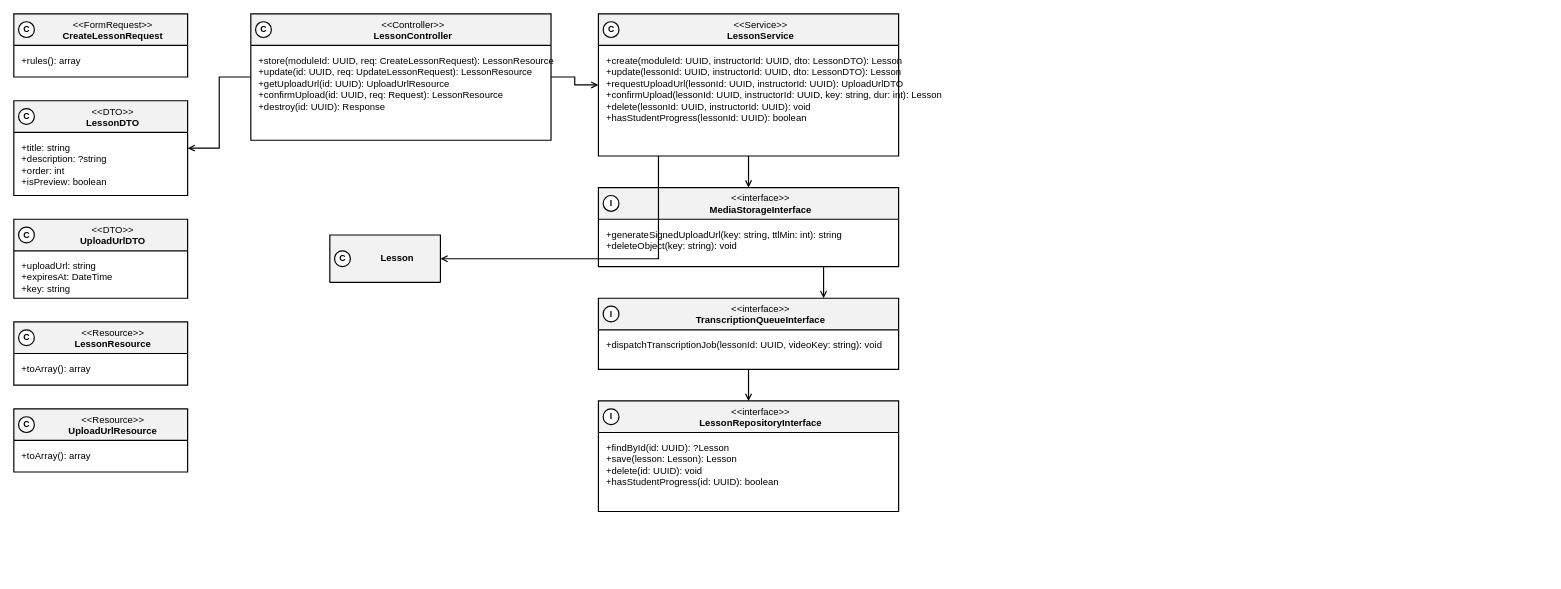
Plataforma-de-Cursos-TCC/plataforma-cursos-docs keeps this draw.io diagram as especificacao/diagramas/13-classes-area-b-implementacao-aulas.drawio. Above is the earlier version. Source tidied: cells renumbered, new cells numbered last; positions are measured from the earlier drawing's top-left corner, leaving out a move shared by most shapes. Both pictures are drawn from the tidied source at 79%, with x=0, y=0 at pixel (13, 13).
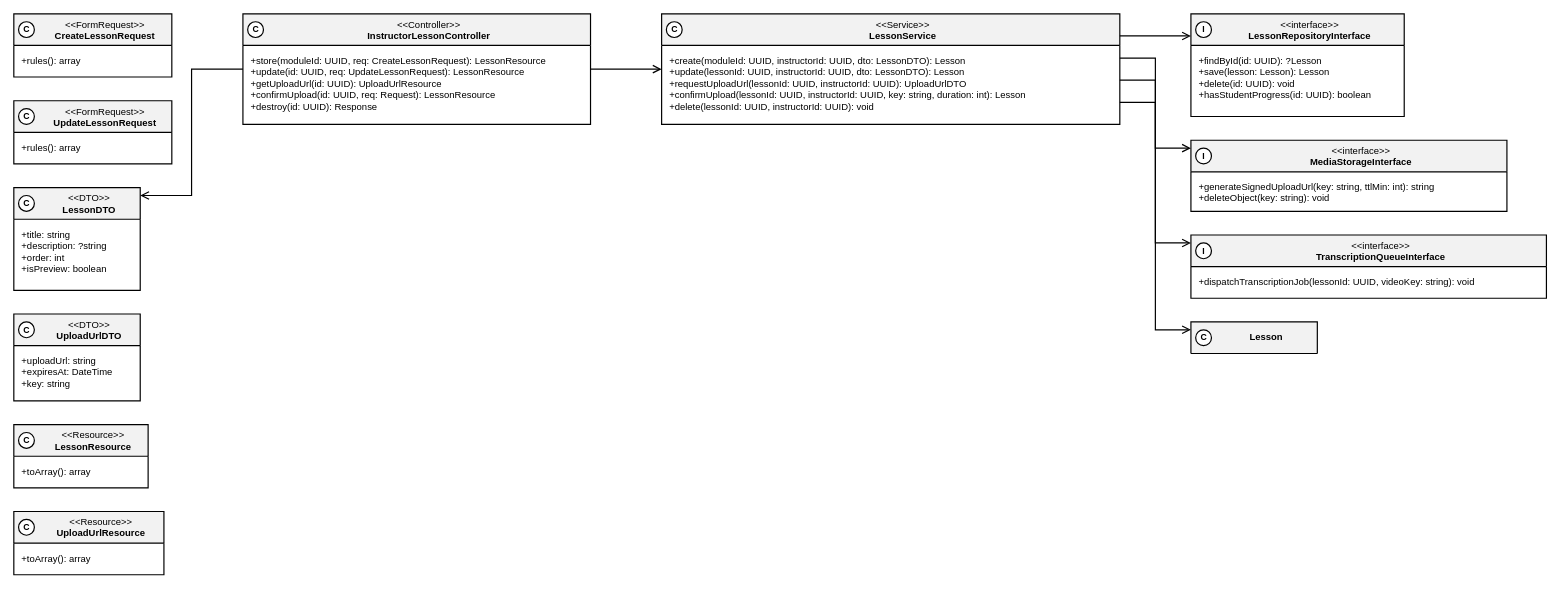
The same diagram, later.

Commit message (it also covers changes not shown here):
fix(diagrama-de-classes): align area B class diagrams with item 10 services

What changed in the source:
```diff
@@
     <mxCell id="2" value="&amp;lt;&amp;lt;FormRequest&amp;gt;&amp;gt;&lt;br&gt;&lt;b&gt;CreateLessonRequest&lt;/b&gt;" style="swimlane;html=1;fontStyle=0;align=center;verticalAlign=top;startSize=40;fillColor=#F2F2F2;swimlaneFillColor=#FFFFFF;strokeColor=#000000;strokeWidth=1.5;fontFamily=Helvetica;fontSize=12;fontColor=#000000;rounded=0;spacingLeft=30;" parent="1" vertex="1">
-      <mxGeometry width="220" height="80" as="geometry" />
+      <mxGeometry width="200" height="80" as="geometry" />
     </mxCell>
-    <mxCell id="3" value="+rules(): array" style="text;html=1;align=left;verticalAlign=top;spacingLeft=8;spacingRight=8;spacingTop=6;fontSize=12;fontFamily=Helvetica;fontColor=#000000;strokeColor=none;fillColor=none;" parent="2" vertex="1">
-      <mxGeometry y="40" width="220" height="40" as="geometry" />
-    </mxCell>
+    <mxCell id="40" value="+rules(): array" style="text;html=1;align=left;verticalAlign=top;spacingLeft=8;spacingRight=8;spacingTop=6;fontSize=12;fontFamily=Helvetica;fontColor=#000000;strokeColor=none;fillColor=none;" parent="2" vertex="1">
+      <mxGeometry y="40" width="200" height="40" as="geometry" />
+    </mxCell>
+    <mxCell id="41" value="&amp;lt;&amp;lt;FormRequest&amp;gt;&amp;gt;&lt;br&gt;&lt;b&gt;UpdateLessonRequest&lt;/b&gt;" style="swimlane;html=1;fontStyle=0;align=center;verticalAlign=top;startSize=40;fillColor=#F2F2F2;swimlaneFillColor=#FFFFFF;strokeColor=#000000;strokeWidth=1.5;fontFamily=Helvetica;fontSize=12;fontColor=#000000;rounded=0;spacingLeft=30;" parent="1" vertex="1">
+      <mxGeometry y="110" width="200" height="80" as="geometry" />
+    </mxCell>
+    <mxCell id="42" value="+rules(): array" style="text;html=1;align=left;verticalAlign=top;spacingLeft=8;spacingRight=8;spacingTop=6;fontSize=12;fontFamily=Helvetica;fontColor=#000000;strokeColor=none;fillColor=none;" parent="41" vertex="1">
+      <mxGeometry y="40" width="200" height="40" as="geometry" />
+    </mxCell>
     <mxCell id="4" value="&amp;lt;&amp;lt;DTO&amp;gt;&amp;gt;&lt;br&gt;&lt;b&gt;LessonDTO&lt;/b&gt;" style="swimlane;html=1;fontStyle=0;align=center;verticalAlign=top;startSize=40;fillColor=#F2F2F2;swimlaneFillColor=#FFFFFF;strokeColor=#000000;strokeWidth=1.5;fontFamily=Helvetica;fontSize=12;fontColor=#000000;rounded=0;spacingLeft=30;" parent="1" vertex="1">
-      <mxGeometry y="110" width="220" height="120" as="geometry" />
+      <mxGeometry y="220" width="160" height="130" as="geometry" />
     </mxCell>
     <mxCell id="5" value="+title: string&lt;br&gt;+description: ?string&lt;br&gt;+order: int&lt;br&gt;+isPreview: boolean" style="text;html=1;align=left;verticalAlign=top;spacingLeft=8;spacingRight=8;spacingTop=6;fontSize=12;fontFamily=Helvetica;fontColor=#000000;strokeColor=none;fillColor=none;" parent="4" vertex="1">
-      <mxGeometry y="40" width="220" height="80" as="geometry" />
+      <mxGeometry y="40" width="160" height="90" as="geometry" />
     </mxCell>
     <mxCell id="6" value="&amp;lt;&amp;lt;DTO&amp;gt;&amp;gt;&lt;br&gt;&lt;b&gt;UploadUrlDTO&lt;/b&gt;" style="swimlane;html=1;fontStyle=0;align=center;verticalAlign=top;startSize=40;fillColor=#F2F2F2;swimlaneFillColor=#FFFFFF;strokeColor=#000000;strokeWidth=1.5;fontFamily=Helvetica;fontSize=12;fontColor=#000000;rounded=0;spacingLeft=30;" parent="1" vertex="1">
-      <mxGeometry y="260" width="220" height="100" as="geometry" />
+      <mxGeometry y="380" width="160" height="110" as="geometry" />
     </mxCell>
     <mxCell id="7" value="+uploadUrl: string&lt;br&gt;+expiresAt: DateTime&lt;br&gt;+key: string" style="text;html=1;align=left;verticalAlign=top;spacingLeft=8;spacingRight=8;spacingTop=6;fontSize=12;fontFamily=Helvetica;fontColor=#000000;strokeColor=none;fillColor=none;" parent="6" vertex="1">
-      <mxGeometry y="40" width="220" height="60" as="geometry" />
+      <mxGeometry y="40" width="160" height="70" as="geometry" />
     </mxCell>
     <mxCell id="8" value="&amp;lt;&amp;lt;Resource&amp;gt;&amp;gt;&lt;br&gt;&lt;b&gt;LessonResource&lt;/b&gt;" style="swimlane;html=1;fontStyle=0;align=center;verticalAlign=top;startSize=40;fillColor=#F2F2F2;swimlaneFillColor=#FFFFFF;strokeColor=#000000;strokeWidth=1.5;fontFamily=Helvetica;fontSize=12;fontColor=#000000;rounded=0;spacingLeft=30;" parent="1" vertex="1">
-      <mxGeometry y="390" width="220" height="80" as="geometry" />
+      <mxGeometry y="520" width="170" height="80" as="geometry" />
     </mxCell>
-    <mxCell id="9" value="+toArray(): array" style="text;html=1;align=left;verticalAlign=top;spacingLeft=8;spacingRight=8;spacingTop=6;fontSize=12;fontFamily=Helvetica;fontColor=#000000;strokeColor=none;fillColor=none;" parent="8" vertex="1">
-      <mxGeometry y="40" width="220" height="40" as="geometry" />
-    </mxCell>
+    <mxCell id="43" value="+toArray(): array" style="text;html=1;align=left;verticalAlign=top;spacingLeft=8;spacingRight=8;spacingTop=6;fontSize=12;fontFamily=Helvetica;fontColor=#000000;strokeColor=none;fillColor=none;" parent="8" vertex="1">
+      <mxGeometry y="40" width="170" height="40" as="geometry" />
+    </mxCell>
     <mxCell id="10" value="&amp;lt;&amp;lt;Resource&amp;gt;&amp;gt;&lt;br&gt;&lt;b&gt;UploadUrlResource&lt;/b&gt;" style="swimlane;html=1;fontStyle=0;align=center;verticalAlign=top;startSize=40;fillColor=#F2F2F2;swimlaneFillColor=#FFFFFF;strokeColor=#000000;strokeWidth=1.5;fontFamily=Helvetica;fontSize=12;fontColor=#000000;rounded=0;spacingLeft=30;" parent="1" vertex="1">
-      <mxGeometry y="500" width="220" height="80" as="geometry" />
+      <mxGeometry y="630" width="190" height="80" as="geometry" />
     </mxCell>
-    <mxCell id="11" value="+toArray(): array" style="text;html=1;align=left;verticalAlign=top;spacingLeft=8;spacingRight=8;spacingTop=6;fontSize=12;fontFamily=Helvetica;fontColor=#000000;strokeColor=none;fillColor=none;" parent="10" vertex="1">
-      <mxGeometry y="40" width="220" height="40" as="geometry" />
-    </mxCell>
-    <mxCell id="12" value="&amp;lt;&amp;lt;Controller&amp;gt;&amp;gt;&lt;br&gt;&lt;b&gt;LessonController&lt;/b&gt;" style="swimlane;html=1;fontStyle=0;align=center;verticalAlign=top;startSize=40;fillColor=#F2F2F2;swimlaneFillColor=#FFFFFF;strokeColor=#000000;strokeWidth=1.5;fontFamily=Helvetica;fontSize=12;fontColor=#000000;rounded=0;spacingLeft=30;" parent="1" vertex="1">
-      <mxGeometry x="300" width="380" height="160" as="geometry" />
-    </mxCell>
+    <mxCell id="44" value="+toArray(): array" style="text;html=1;align=left;verticalAlign=top;spacingLeft=8;spacingRight=8;spacingTop=6;fontSize=12;fontFamily=Helvetica;fontColor=#000000;strokeColor=none;fillColor=none;" parent="10" vertex="1">
+      <mxGeometry y="40" width="190" height="40" as="geometry" />
+    </mxCell>
+    <mxCell id="45" value="&amp;lt;&amp;lt;Controller&amp;gt;&amp;gt;&lt;br&gt;&lt;b&gt;InstructorLessonController&lt;/b&gt;" style="swimlane;html=1;fontStyle=0;align=center;verticalAlign=top;startSize=40;fillColor=#F2F2F2;swimlaneFillColor=#FFFFFF;strokeColor=#000000;strokeWidth=1.5;fontFamily=Helvetica;fontSize=12;fontColor=#000000;rounded=0;spacingLeft=30;" parent="1" vertex="1">
+      <mxGeometry x="290" width="440" height="140" as="geometry" />
+    </mxCell>
-    <mxCell id="13" value="+store(moduleId: UUID, req: CreateLessonRequest): LessonResource&lt;br&gt;+update(id: UUID, req: UpdateLessonRequest): LessonResource&lt;br&gt;+getUploadUrl(id: UUID): UploadUrlResource&lt;br&gt;+confirmUpload(id: UUID, req: Request): LessonResource&lt;br&gt;+destroy(id: UUID): Response" style="text;html=1;align=left;verticalAlign=top;spacingLeft=8;spacingRight=8;spacingTop=6;fontSize=12;fontFamily=Helvetica;fontColor=#000000;strokeColor=none;fillColor=none;" parent="12" vertex="1">
-      <mxGeometry y="40" width="380" height="120" as="geometry" />
+    <mxCell id="13" value="+store(moduleId: UUID, req: CreateLessonRequest): LessonResource&lt;br&gt;+update(id: UUID, req: UpdateLessonRequest): LessonResource&lt;br&gt;+getUploadUrl(id: UUID): UploadUrlResource&lt;br&gt;+confirmUpload(id: UUID, req: Request): LessonResource&lt;br&gt;+destroy(id: UUID): Response" style="text;html=1;align=left;verticalAlign=top;spacingLeft=8;spacingRight=8;spacingTop=6;fontSize=12;fontFamily=Helvetica;fontColor=#000000;strokeColor=none;fillColor=none;" parent="45" vertex="1">
+      <mxGeometry y="40" width="440" height="100" as="geometry" />
     </mxCell>
     <mxCell id="14" value="&amp;lt;&amp;lt;Service&amp;gt;&amp;gt;&lt;br&gt;&lt;b&gt;LessonService&lt;/b&gt;" style="swimlane;html=1;fontStyle=0;align=center;verticalAlign=top;startSize=40;fillColor=#F2F2F2;swimlaneFillColor=#FFFFFF;strokeColor=#000000;strokeWidth=1.5;fontFamily=Helvetica;fontSize=12;fontColor=#000000;rounded=0;spacingLeft=30;" parent="1" vertex="1">
-      <mxGeometry x="740" width="380" height="180" as="geometry" />
+      <mxGeometry x="820" width="580" height="140" as="geometry" />
     </mxCell>
-    <mxCell id="15" value="+create(moduleId: UUID, instructorId: UUID, dto: LessonDTO): Lesson&lt;br&gt;+update(lessonId: UUID, instructorId: UUID, dto: LessonDTO): Lesson&lt;br&gt;+requestUploadUrl(lessonId: UUID, instructorId: UUID): UploadUrlDTO&lt;br&gt;+confirmUpload(lessonId: UUID, instructorId: UUID, key: string, dur: int): Lesson&lt;br&gt;+delete(lessonId: UUID, instructorId: UUID): void&lt;br&gt;+hasStudentProgress(lessonId: UUID): boolean" style="text;html=1;align=left;verticalAlign=top;spacingLeft=8;spacingRight=8;spacingTop=6;fontSize=12;fontFamily=Helvetica;fontColor=#000000;strokeColor=none;fillColor=none;" parent="14" vertex="1">
-      <mxGeometry y="40" width="380" height="140" as="geometry" />
-    </mxCell>
+    <mxCell id="46" value="+create(moduleId: UUID, instructorId: UUID, dto: LessonDTO): Lesson&lt;br&gt;+update(lessonId: UUID, instructorId: UUID, dto: LessonDTO): Lesson&lt;br&gt;+requestUploadUrl(lessonId: UUID, instructorId: UUID): UploadUrlDTO&lt;br&gt;+confirmUpload(lessonId: UUID, instructorId: UUID, key: string, duration: int): Lesson&lt;br&gt;+delete(lessonId: UUID, instructorId: UUID): void" style="text;html=1;align=left;verticalAlign=top;spacingLeft=8;spacingRight=8;spacingTop=6;fontSize=12;fontFamily=Helvetica;fontColor=#000000;strokeColor=none;fillColor=none;" parent="14" vertex="1">
+      <mxGeometry y="40" width="580" height="100" as="geometry" />
+    </mxCell>
+    <mxCell id="20" value="&amp;lt;&amp;lt;interface&amp;gt;&amp;gt;&lt;br&gt;&lt;b&gt;LessonRepositoryInterface&lt;/b&gt;" style="swimlane;html=1;fontStyle=0;align=center;verticalAlign=top;startSize=40;fillColor=#F2F2F2;swimlaneFillColor=#FFFFFF;strokeColor=#000000;strokeWidth=1.5;fontFamily=Helvetica;fontSize=12;fontColor=#000000;rounded=0;spacingLeft=30;" parent="1" vertex="1">
+      <mxGeometry x="1490" width="270" height="130" as="geometry" />
+    </mxCell>
+    <mxCell id="21" value="+findById(id: UUID): ?Lesson&lt;br&gt;+save(lesson: Lesson): Lesson&lt;br&gt;+delete(id: UUID): void&lt;br&gt;+hasStudentProgress(id: UUID): boolean" style="text;html=1;align=left;verticalAlign=top;spacingLeft=8;spacingRight=8;spacingTop=6;fontSize=12;fontFamily=Helvetica;fontColor=#000000;strokeColor=none;fillColor=none;" parent="20" vertex="1">
+      <mxGeometry y="40" width="270" height="90" as="geometry" />
+    </mxCell>
     <mxCell id="16" value="&amp;lt;&amp;lt;interface&amp;gt;&amp;gt;&lt;br&gt;&lt;b&gt;MediaStorageInterface&lt;/b&gt;" style="swimlane;html=1;fontStyle=0;align=center;verticalAlign=top;startSize=40;fillColor=#F2F2F2;swimlaneFillColor=#FFFFFF;strokeColor=#000000;strokeWidth=1.5;fontFamily=Helvetica;fontSize=12;fontColor=#000000;rounded=0;spacingLeft=30;" parent="1" vertex="1">
-      <mxGeometry x="740" y="220" width="380" height="100" as="geometry" />
+      <mxGeometry x="1490" y="160" width="400" height="90" as="geometry" />
     </mxCell>
     <mxCell id="17" value="+generateSignedUploadUrl(key: string, ttlMin: int): string&lt;br&gt;+deleteObject(key: string): void" style="text;html=1;align=left;verticalAlign=top;spacingLeft=8;spacingRight=8;spacingTop=6;fontSize=12;fontFamily=Helvetica;fontColor=#000000;strokeColor=none;fillColor=none;" parent="16" vertex="1">
-      <mxGeometry y="40" width="380" height="60" as="geometry" />
+      <mxGeometry y="40" width="400" height="50" as="geometry" />
     </mxCell>
     <mxCell id="18" value="&amp;lt;&amp;lt;interface&amp;gt;&amp;gt;&lt;br&gt;&lt;b&gt;TranscriptionQueueInterface&lt;/b&gt;" style="swimlane;html=1;fontStyle=0;align=center;verticalAlign=top;startSize=40;fillColor=#F2F2F2;swimlaneFillColor=#FFFFFF;strokeColor=#000000;strokeWidth=1.5;fontFamily=Helvetica;fontSize=12;fontColor=#000000;rounded=0;spacingLeft=30;" parent="1" vertex="1">
-      <mxGeometry x="740" y="360" width="380" height="90" as="geometry" />
+      <mxGeometry x="1490" y="280" width="450" height="80" as="geometry" />
     </mxCell>
     <mxCell id="19" value="+dispatchTranscriptionJob(lessonId: UUID, videoKey: string): void" style="text;html=1;align=left;verticalAlign=top;spacingLeft=8;spacingRight=8;spacingTop=6;fontSize=12;fontFamily=Helvetica;fontColor=#000000;strokeColor=none;fillColor=none;" parent="18" vertex="1">
-      <mxGeometry y="40" width="380" height="50" as="geometry" />
+      <mxGeometry y="40" width="450" height="40" as="geometry" />
     </mxCell>
-    <mxCell id="20" value="&amp;lt;&amp;lt;interface&amp;gt;&amp;gt;&lt;br&gt;&lt;b&gt;LessonRepositoryInterface&lt;/b&gt;" style="swimlane;html=1;fontStyle=0;align=center;verticalAlign=top;startSize=40;fillColor=#F2F2F2;swimlaneFillColor=#FFFFFF;strokeColor=#000000;strokeWidth=1.5;fontFamily=Helvetica;fontSize=12;fontColor=#000000;rounded=0;spacingLeft=30;" parent="1" vertex="1">
-      <mxGeometry x="740" y="490" width="380" height="140" as="geometry" />
-    </mxCell>
-    <mxCell id="21" value="+findById(id: UUID): ?Lesson&lt;br&gt;+save(lesson: Lesson): Lesson&lt;br&gt;+delete(id: UUID): void&lt;br&gt;+hasStudentProgress(id: UUID): boolean" style="text;html=1;align=left;verticalAlign=top;spacingLeft=8;spacingRight=8;spacingTop=6;fontSize=12;fontFamily=Helvetica;fontColor=#000000;strokeColor=none;fillColor=none;" parent="20" vertex="1">
-      <mxGeometry y="40" width="380" height="100" as="geometry" />
-    </mxCell>
-    <mxCell id="22" value="&lt;b&gt;Lesson&lt;/b&gt;" style="swimlane;html=1;fontStyle=0;align=center;verticalAlign=middle;startSize=60;fillColor=#F2F2F2;swimlaneFillColor=#FFFFFF;strokeColor=#000000;strokeWidth=1.5;fontFamily=Helvetica;fontSize=12;fontColor=#000000;rounded=0;spacingLeft=30;" parent="1" vertex="1">
-      <mxGeometry x="400" y="280" width="140" height="60" as="geometry" />
+    <mxCell id="22" value="&lt;b&gt;Lesson&lt;/b&gt;" style="swimlane;html=1;fontStyle=0;align=center;verticalAlign=middle;startSize=40;fillColor=#F2F2F2;swimlaneFillColor=#FFFFFF;strokeColor=#000000;strokeWidth=1.5;fontFamily=Helvetica;fontSize=12;fontColor=#000000;rounded=0;spacingLeft=30;" parent="1" vertex="1">
+      <mxGeometry x="1490" y="390" width="160" height="40" as="geometry" />
     </mxCell>
-    <mxCell id="23" style="edgeStyle=orthogonalEdgeStyle;rounded=0;html=1;strokeColor=#000000;strokeWidth=1.5;endArrow=open;endFill=0;exitX=0;exitY=0.5;entryX=1;entryY=0.5;" parent="1" edge="1" source="12" target="4">
-      <mxGeometry relative="1" as="geometry" />
-    </mxCell>
-    <mxCell id="24" style="edgeStyle=orthogonalEdgeStyle;rounded=0;html=1;strokeColor=#000000;strokeWidth=1.5;endArrow=open;endFill=0;exitX=1;exitY=0.5;entryX=0;entryY=0.5;" parent="1" edge="1" source="12" target="14">
-      <mxGeometry relative="1" as="geometry" />
-    </mxCell>
+    <mxCell id="47" style="edgeStyle=orthogonalEdgeStyle;rounded=0;html=1;strokeColor=#000000;strokeWidth=1.5;endArrow=open;endFill=0;endSize=8;exitX=0.0000;exitY=0.5000;entryX=1.0000;entryY=0.0769;" parent="1" edge="1" source="45" target="4">
+      <mxGeometry relative="1" as="geometry" />
+    </mxCell>
+    <mxCell id="48" style="edgeStyle=orthogonalEdgeStyle;rounded=0;html=1;strokeColor=#000000;strokeWidth=1.5;endArrow=open;endFill=0;endSize=8;exitX=1.0000;exitY=0.5000;entryX=0.0000;entryY=0.5000;" parent="1" edge="1" source="45" target="14">
+      <mxGeometry relative="1" as="geometry" />
+    </mxCell>
+    <mxCell id="49" style="edgeStyle=orthogonalEdgeStyle;rounded=0;html=1;strokeColor=#000000;strokeWidth=1.5;endArrow=open;endFill=0;endSize=8;exitX=1.0000;exitY=0.2000;entryX=0.0000;entryY=0.2154;" parent="1" edge="1" source="14" target="20">
+      <mxGeometry relative="1" as="geometry" />
+    </mxCell>
-    <mxCell id="25" style="edgeStyle=orthogonalEdgeStyle;rounded=0;html=1;strokeColor=#000000;strokeWidth=1.5;endArrow=open;endFill=0;exitX=0.5;exitY=1;entryX=0.5;entryY=0;" parent="1" edge="1" source="14" target="16">
+    <mxCell id="25" style="edgeStyle=orthogonalEdgeStyle;rounded=0;html=1;strokeColor=#000000;strokeWidth=1.5;endArrow=open;endFill=0;endSize=8;exitX=1.0000;exitY=0.4000;entryX=0.0000;entryY=0.1111;" parent="1" edge="1" source="14" target="16">
       <mxGeometry relative="1" as="geometry" />
     </mxCell>
-    <mxCell id="26" style="edgeStyle=orthogonalEdgeStyle;rounded=0;html=1;strokeColor=#000000;strokeWidth=1.5;endArrow=open;endFill=0;exitX=0.75;exitY=1;entryX=0.75;entryY=0;" parent="1" edge="1" source="16" target="18">
-      <mxGeometry relative="1" as="geometry" />
-    </mxCell>
-    <mxCell id="27" style="edgeStyle=orthogonalEdgeStyle;rounded=0;html=1;strokeColor=#000000;strokeWidth=1.5;endArrow=open;endFill=0;exitX=0.5;exitY=1;entryX=0.5;entryY=0;" parent="1" edge="1" source="18" target="20">
-      <mxGeometry relative="1" as="geometry" />
-    </mxCell>
+    <mxCell id="50" style="edgeStyle=orthogonalEdgeStyle;rounded=0;html=1;strokeColor=#000000;strokeWidth=1.5;endArrow=open;endFill=0;endSize=8;exitX=1.0000;exitY=0.6000;entryX=0.0000;entryY=0.1250;" parent="1" edge="1" source="14" target="18">
+      <mxGeometry relative="1" as="geometry" />
+    </mxCell>
-    <mxCell id="28" style="edgeStyle=orthogonalEdgeStyle;rounded=0;html=1;strokeColor=#000000;strokeWidth=1.5;endArrow=open;endFill=0;exitX=0.2;exitY=1;entryX=1;entryY=0.5;" parent="1" edge="1" source="14" target="22">
+    <mxCell id="28" style="edgeStyle=orthogonalEdgeStyle;rounded=0;html=1;strokeColor=#000000;strokeWidth=1.5;endArrow=open;endFill=0;endSize=8;exitX=1.0000;exitY=0.8000;entryX=0.0000;entryY=0.2500;" parent="1" edge="1" source="14" target="22">
       <mxGeometry relative="1" as="geometry" />
     </mxCell>
@@
+    <mxCell id="51" value="C" style="ellipse;html=1;fillColor=#FFFFFF;strokeColor=#000000;strokeWidth=1.5;fontFamily=Helvetica;fontSize=11;fontStyle=1;fontColor=#000000;" parent="1" vertex="1">
+      <mxGeometry x="6" y="120" width="20" height="20" as="geometry" />
+    </mxCell>
     <mxCell id="30" value="C" style="ellipse;html=1;fillColor=#FFFFFF;strokeColor=#000000;strokeWidth=1.5;fontFamily=Helvetica;fontSize=11;fontStyle=1;fontColor=#000000;" parent="1" vertex="1">
-      <mxGeometry x="6" y="120" width="20" height="20" as="geometry" />
+      <mxGeometry x="6" y="230" width="20" height="20" as="geometry" />
     </mxCell>
     <mxCell id="31" value="C" style="ellipse;html=1;fillColor=#FFFFFF;strokeColor=#000000;strokeWidth=1.5;fontFamily=Helvetica;fontSize=11;fontStyle=1;fontColor=#000000;" parent="1" vertex="1">
-      <mxGeometry x="6" y="270" width="20" height="20" as="geometry" />
+      <mxGeometry x="6" y="390" width="20" height="20" as="geometry" />
     </mxCell>
     <mxCell id="32" value="C" style="ellipse;html=1;fillColor=#FFFFFF;strokeColor=#000000;strokeWidth=1.5;fontFamily=Helvetica;fontSize=11;fontStyle=1;fontColor=#000000;" parent="1" vertex="1">
-      <mxGeometry x="6" y="400" width="20" height="20" as="geometry" />
+      <mxGeometry x="6" y="530" width="20" height="20" as="geometry" />
     </mxCell>
     <mxCell id="33" value="C" style="ellipse;html=1;fillColor=#FFFFFF;strokeColor=#000000;strokeWidth=1.5;fontFamily=Helvetica;fontSize=11;fontStyle=1;fontColor=#000000;" parent="1" vertex="1">
-      <mxGeometry x="6" y="510" width="20" height="20" as="geometry" />
+      <mxGeometry x="6" y="640" width="20" height="20" as="geometry" />
     </mxCell>
-    <mxCell id="34" value="C" style="ellipse;html=1;fillColor=#FFFFFF;strokeColor=#000000;strokeWidth=1.5;fontFamily=Helvetica;fontSize=11;fontStyle=1;fontColor=#000000;" parent="1" vertex="1">
-      <mxGeometry x="306" y="10" width="20" height="20" as="geometry" />
-    </mxCell>
+    <mxCell id="52" value="C" style="ellipse;html=1;fillColor=#FFFFFF;strokeColor=#000000;strokeWidth=1.5;fontFamily=Helvetica;fontSize=11;fontStyle=1;fontColor=#000000;" parent="1" vertex="1">
+      <mxGeometry x="296" y="10" width="20" height="20" as="geometry" />
+    </mxCell>
     <mxCell id="35" value="C" style="ellipse;html=1;fillColor=#FFFFFF;strokeColor=#000000;strokeWidth=1.5;fontFamily=Helvetica;fontSize=11;fontStyle=1;fontColor=#000000;" parent="1" vertex="1">
-      <mxGeometry x="746" y="10" width="20" height="20" as="geometry" />
+      <mxGeometry x="826" y="10" width="20" height="20" as="geometry" />
     </mxCell>
+    <mxCell id="38" value="I" style="ellipse;html=1;fillColor=#FFFFFF;strokeColor=#000000;strokeWidth=1.5;fontFamily=Helvetica;fontSize=11;fontStyle=1;fontColor=#000000;" parent="1" vertex="1">
+      <mxGeometry x="1496" y="10" width="20" height="20" as="geometry" />
+    </mxCell>
     <mxCell id="36" value="I" style="ellipse;html=1;fillColor=#FFFFFF;strokeColor=#000000;strokeWidth=1.5;fontFamily=Helvetica;fontSize=11;fontStyle=1;fontColor=#000000;" parent="1" vertex="1">
-      <mxGeometry x="746" y="230" width="20" height="20" as="geometry" />
+      <mxGeometry x="1496" y="170" width="20" height="20" as="geometry" />
     </mxCell>
     <mxCell id="37" value="I" style="ellipse;html=1;fillColor=#FFFFFF;strokeColor=#000000;strokeWidth=1.5;fontFamily=Helvetica;fontSize=11;fontStyle=1;fontColor=#000000;" parent="1" vertex="1">
-      <mxGeometry x="746" y="370" width="20" height="20" as="geometry" />
+      <mxGeometry x="1496" y="290" width="20" height="20" as="geometry" />
     </mxCell>
-    <mxCell id="38" value="I" style="ellipse;html=1;fillColor=#FFFFFF;strokeColor=#000000;strokeWidth=1.5;fontFamily=Helvetica;fontSize=11;fontStyle=1;fontColor=#000000;" parent="1" vertex="1">
-      <mxGeometry x="746" y="500" width="20" height="20" as="geometry" />
-    </mxCell>
     <mxCell id="39" value="C" style="ellipse;html=1;fillColor=#FFFFFF;strokeColor=#000000;strokeWidth=1.5;fontFamily=Helvetica;fontSize=11;fontStyle=1;fontColor=#000000;" parent="1" vertex="1">
-      <mxGeometry x="406" y="300" width="20" height="20" as="geometry" />
+      <mxGeometry x="1496" y="400" width="20" height="20" as="geometry" />
     </mxCell>
```
